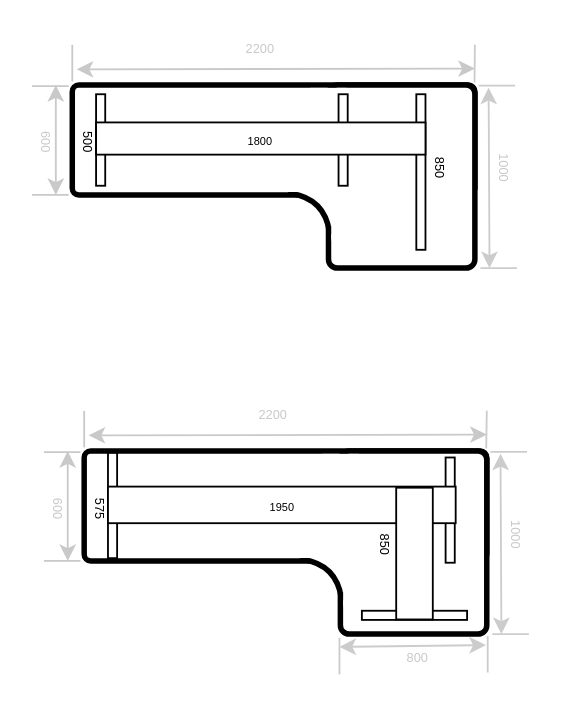
Before: page "第 16 页" (16 of 16) of design.drawio in iswade/iswade, a draw.io diagram. Source tidied: cells renumbered, new cells numbered last; positions are measured from the earlier drawing's top-left corner, leaving out a move shared by most shapes. Both pictures are drawn from the tidied source at 183%, with x=0, y=0 at pixel (29, 31).
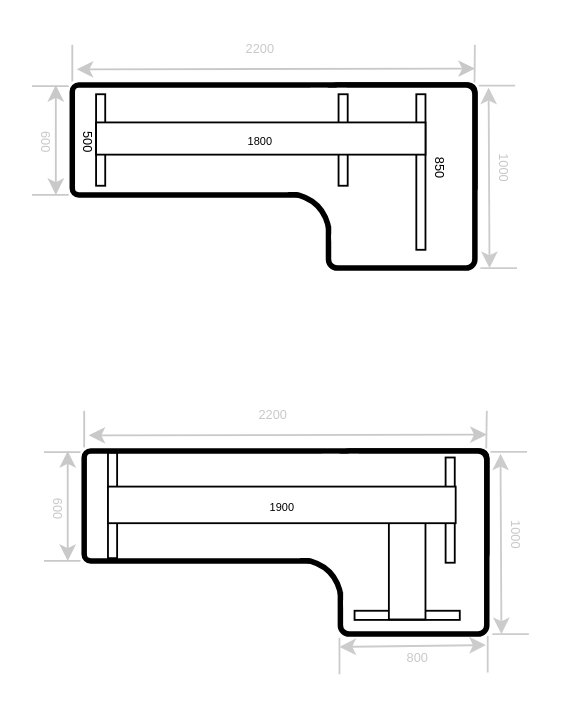
The same page after the edit.

Change to the diagram source:
```diff
@@
-    <mxCell id="34" value="&lt;font style=&quot;font-size: 7px;&quot;&gt;575&lt;/font&gt;" style="text;html=1;align=center;verticalAlign=middle;whiteSpace=wrap;rounded=0;rotation=90;" parent="1" vertex="1">
-      <mxGeometry x="29.5" y="252.9" width="20" height="15" as="geometry" />
-    </mxCell>
-    <mxCell id="35" value="&lt;font style=&quot;font-size: 7px;&quot;&gt;850&lt;/font&gt;" style="text;html=1;align=center;verticalAlign=middle;whiteSpace=wrap;rounded=0;rotation=90;" parent="1" vertex="1">
-      <mxGeometry x="185" y="272.9" width="20" height="15" as="geometry" />
-    </mxCell>
@@
     <mxCell id="48" style="rounded=0;whiteSpace=wrap;html=1;rotation=90;" parent="1" vertex="1">
-      <mxGeometry x="207.5" y="290" width="5" height="57.5" as="geometry" />
+      <mxGeometry x="203.5" y="290" width="5" height="57.5" as="geometry" />
     </mxCell>
@@
+    <mxCell id="55" style="rounded=0;whiteSpace=wrap;html=1;" parent="1" vertex="1">
+      <mxGeometry x="196" y="249" width="20" height="72" as="geometry" />
+    </mxCell>
-    <mxCell id="54" value="&lt;div&gt;&lt;span style=&quot;background-color: initial; font-size: 6px;&quot;&gt;1950&lt;/span&gt;&lt;/div&gt;" style="rounded=0;whiteSpace=wrap;html=1;" parent="1" vertex="1">
+    <mxCell id="54" value="&lt;div&gt;&lt;span style=&quot;background-color: initial; font-size: 6px;&quot;&gt;1900&lt;/span&gt;&lt;/div&gt;" style="rounded=0;whiteSpace=wrap;html=1;" parent="1" vertex="1">
       <mxGeometry x="42.5" y="248.4" width="190" height="20" as="geometry" />
     </mxCell>
-    <mxCell id="55" style="rounded=0;whiteSpace=wrap;html=1;" parent="1" vertex="1">
-      <mxGeometry x="200" y="249" width="20" height="72" as="geometry" />
-    </mxCell>
```
